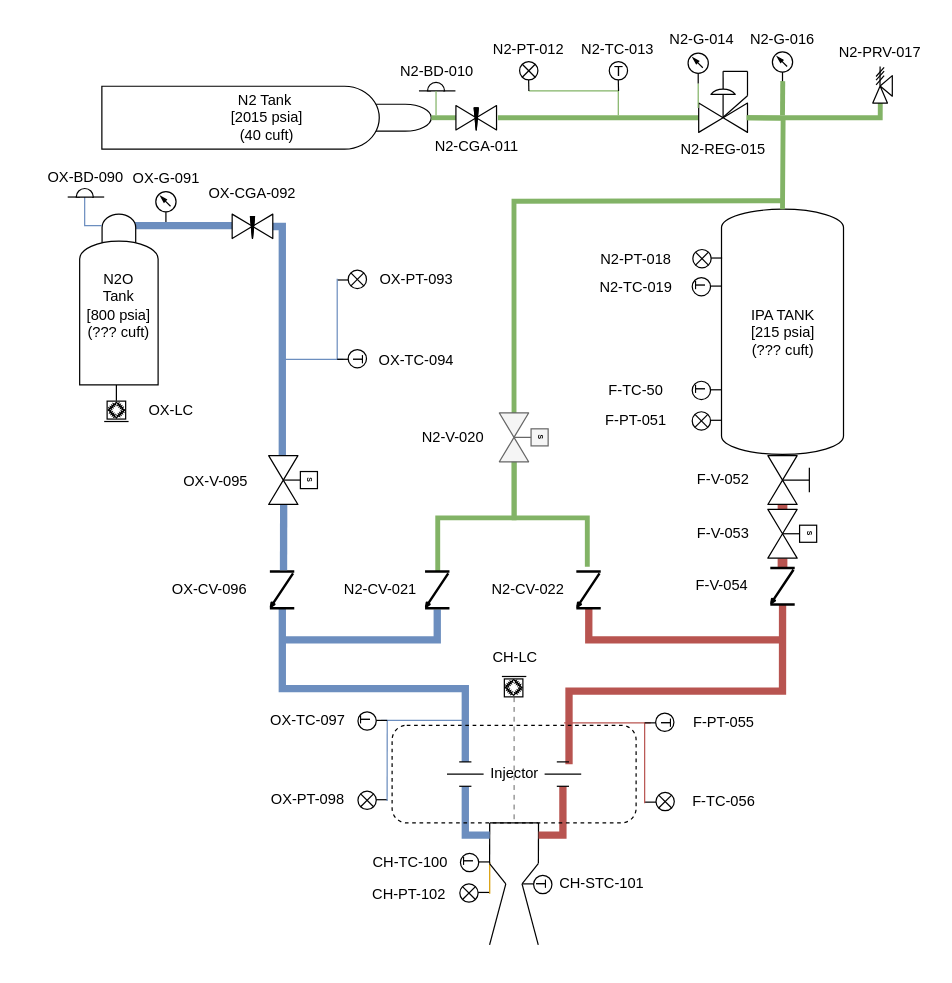
This is projects/liquid/diagrams/GasThrusterP&ID.drawio from ControlSoup/Thrusty, a draw.io file, before an edit. Source tidied: cells renumbered, new cells numbered last; positions are measured from the earlier drawing's top-left corner, leaving out a move shared by most shapes. Both pictures are drawn from the tidied source at 122%, with x=0, y=0 at pixel (21, -48).
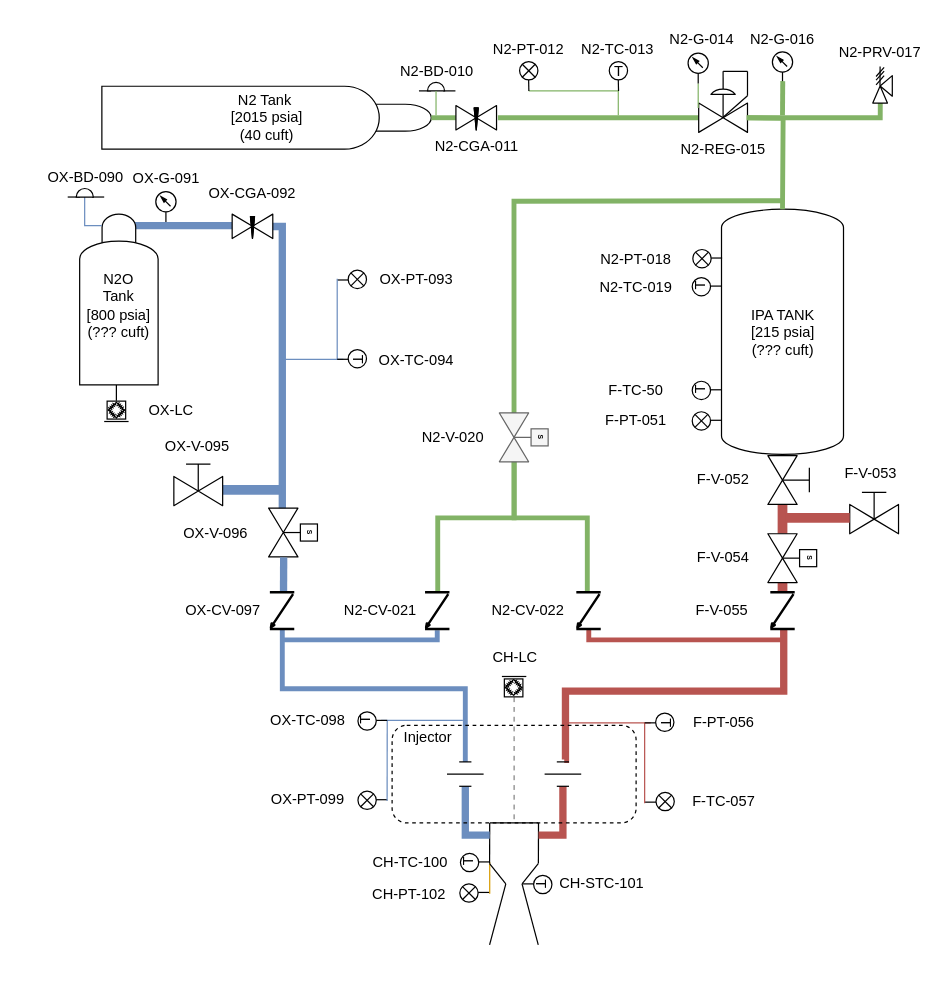
After the change.

Unchanged cells that the change refers to:
```xml
<mxCell id="89" style="verticalLabelPosition=bottom;align=center;html=1;verticalAlign=top;dashed=0;shape=mxgraph.pid2valves.valve;valveType=gate;actuator=man;rotation=90;points=[[0,0.7,0,0,0],[1,0.7,0,0,0]];" parent="1" vertex="1">
  <mxGeometry x="611.9" y="412" width="40" height="40" as="geometry" />
</mxCell>
<mxCell id="142" style="group;" parent="1" vertex="1">
  <mxGeometry x="67.9" y="354" width="20" height="30" as="geometry" />
</mxCell>
<mxCell id="143" style="group;strokeColor=default;" parent="142" vertex="1">
  <mxGeometry x="2.4" y="13.3" width="15.2" height="14.7" as="geometry" />
</mxCell>
```

The edit, as a diff of the source:
```diff
@@
-    <mxCell id="16" style="edgeStyle=none;rounded=1;html=1;strokeWidth=8;fontSize=2;endArrow=none;endFill=0;entryX=0;entryY=0.7;entryDx=0;entryDy=0;entryPerimeter=0;fillColor=#f8cecc;strokeColor=#b85450;startArrow=none;exitX=1;exitY=0.7;exitDx=0;exitDy=0;exitPerimeter=0;" parent="1" edge="1" source="89" target="163">
-      <mxGeometry relative="1" as="geometry" />
+    <mxCell id="16" style="edgeStyle=none;rounded=1;html=1;strokeWidth=8;fontSize=2;endArrow=none;endFill=0;entryX=0;entryY=0.7;entryDx=0;entryDy=0;entryPerimeter=0;fillColor=#f8cecc;strokeColor=#b85450;startArrow=none;exitX=1;exitY=0.7;exitDx=0;exitDy=0;exitPerimeter=0;" parent="1" edge="1" target="163">
+      <mxGeometry relative="1" as="geometry">
+        <mxPoint x="623.9" y="451" as="sourcePoint" />
+      </mxGeometry>
     </mxCell>
@@
-    <mxCell id="23" value="OX-V-095" style="text;strokeColor=none;align=center;fillColor=none;html=1;verticalAlign=middle;whiteSpace=wrap;rounded=0;" parent="1" vertex="1">
-      <mxGeometry x="110.7" y="418" width="97.2" height="30" as="geometry" />
+    <mxCell id="23" value="OX-V-096" style="text;strokeColor=none;align=center;fillColor=none;html=1;verticalAlign=middle;whiteSpace=wrap;rounded=0;" parent="1" vertex="1">
+      <mxGeometry x="110.7" y="461" width="97.2" height="30" as="geometry" />
     </mxCell>
@@
-    <mxCell id="45" style="edgeStyle=orthogonalEdgeStyle;rounded=0;orthogonalLoop=1;jettySize=auto;html=1;fillColor=#dae8fc;strokeColor=#6c8ebf;endArrow=none;endFill=0;strokeWidth=6;" parent="1" edge="1">
+    <mxCell id="45" style="edgeStyle=orthogonalEdgeStyle;rounded=0;orthogonalLoop=1;jettySize=auto;html=1;fillColor=#dae8fc;strokeColor=#6c8ebf;endArrow=none;endFill=0;strokeWidth=4;" parent="1" edge="1">
       <mxGeometry relative="1" as="geometry">
-        <mxPoint x="213.9" y="537" as="sourcePoint" />
+        <mxPoint x="213.9" y="554" as="sourcePoint" />
         <mxPoint x="363.9" y="663" as="targetPoint" />
         <Array as="points">
           <mxPoint x="213.9" y="603" />
           <mxPoint x="363.9" y="603" />
         </Array>
       </mxGeometry>
     </mxCell>
@@
-    <mxCell id="52" style="edgeStyle=orthogonalEdgeStyle;rounded=0;jettySize=auto;html=1;fillColor=#f8cecc;strokeColor=#b85450;endArrow=none;endFill=0;strokeWidth=6;entryX=0.997;entryY=0.498;entryDx=0;entryDy=0;entryPerimeter=0;" parent="1" edge="1" target="162">
+    <mxCell id="52" style="edgeStyle=orthogonalEdgeStyle;rounded=0;orthogonalLoop=1;jettySize=auto;html=1;fillColor=#f8cecc;strokeColor=#b85450;endArrow=none;endFill=0;strokeWidth=6;entryX=0.997;entryY=0.498;entryDx=0;entryDy=0;entryPerimeter=0;" parent="1" edge="1">
       <mxGeometry relative="1" as="geometry">
-        <mxPoint x="448.9" y="665" as="sourcePoint" />
+        <mxPoint x="445" y="661" as="sourcePoint" />
+        <mxPoint x="624.9" y="553.9" as="targetPoint" />
         <Array as="points">
-          <mxPoint x="448.9" y="605" />
-          <mxPoint x="623.9" y="605" />
+          <mxPoint x="446" y="661" />
+          <mxPoint x="446" y="605" />
+          <mxPoint x="625" y="605" />
         </Array>
       </mxGeometry>
     </mxCell>
@@
-    <mxCell id="58" style="edgeStyle=elbowEdgeStyle;rounded=0;orthogonalLoop=1;jettySize=auto;html=1;fillColor=#dae8fc;strokeColor=#6c8ebf;endArrow=none;endFill=0;strokeWidth=6;exitX=1;exitY=0.7;exitDx=0;exitDy=0;exitPerimeter=0;" parent="1" edge="1">
+    <mxCell id="58" style="edgeStyle=elbowEdgeStyle;rounded=0;orthogonalLoop=1;jettySize=auto;html=1;fillColor=#dae8fc;strokeColor=#6c8ebf;endArrow=none;endFill=0;strokeWidth=4;exitX=1;exitY=0.7;exitDx=0;exitDy=0;exitPerimeter=0;" parent="1" edge="1">
       <mxGeometry relative="1" as="geometry">
-        <mxPoint x="340.9" y="538" as="sourcePoint" />
+        <mxPoint x="340.9" y="555" as="sourcePoint" />
         <mxPoint x="213.9" y="563" as="targetPoint" />
         <Array as="points">
           <mxPoint x="340.9" y="543" />
         </Array>
       </mxGeometry>
     </mxCell>
-    <mxCell id="59" style="edgeStyle=orthogonalEdgeStyle;rounded=0;jettySize=auto;html=1;fillColor=#f8cecc;strokeColor=#b85450;endArrow=none;endFill=0;strokeWidth=6;exitX=1.013;exitY=0.489;exitDx=0;exitDy=0;exitPerimeter=0;" parent="1" edge="1" source="94">
+    <mxCell id="59" style="edgeStyle=orthogonalEdgeStyle;rounded=0;jettySize=auto;html=1;fillColor=#f8cecc;strokeColor=#b85450;endArrow=none;endFill=0;strokeWidth=4;exitX=1.013;exitY=0.489;exitDx=0;exitDy=0;exitPerimeter=0;" parent="1" edge="1" source="94">
       <mxGeometry relative="1" as="geometry">
         <mxPoint x="623.9" y="563" as="targetPoint" />
         <Array as="points">
           <mxPoint x="464.9" y="563" />
         </Array>
       </mxGeometry>
     </mxCell>
     <mxCell id="60" style="edgeStyle=orthogonalEdgeStyle;rounded=0;orthogonalLoop=1;jettySize=auto;html=1;endArrow=none;endFill=0;fillColor=#d5e8d4;strokeColor=#82b366;strokeWidth=4;entryX=-0.049;entryY=0.53;entryDx=0;entryDy=0;entryPerimeter=0;" parent="1" edge="1">
       <mxGeometry relative="1" as="geometry">
         <mxPoint x="403.9" y="413" as="sourcePoint" />
-        <mxPoint x="341.3" y="506.5" as="targetPoint" />
+        <mxPoint x="341.3" y="523" as="targetPoint" />
         <Array as="points">
           <mxPoint x="403.9" y="418" />
           <mxPoint x="403.9" y="463" />
           <mxPoint x="340.9" y="463" />
         </Array>
       </mxGeometry>
     </mxCell>
     <mxCell id="61" style="edgeStyle=orthogonalEdgeStyle;rounded=0;orthogonalLoop=1;jettySize=auto;html=1;endArrow=none;endFill=0;fillColor=#d5e8d4;strokeColor=#82b366;strokeWidth=4;" parent="1" edge="1">
       <mxGeometry relative="1" as="geometry">
         <mxPoint x="403.9" y="413" as="sourcePoint" />
-        <mxPoint x="463.9" y="503" as="targetPoint" />
+        <mxPoint x="463.9" y="523" as="targetPoint" />
         <Array as="points">
           <mxPoint x="403.9" y="423" />
           <mxPoint x="403.9" y="463" />
           <mxPoint x="463.9" y="463" />
         </Array>
       </mxGeometry>
     </mxCell>
@@
-    <mxCell id="88" value="F-V-053" style="text;strokeColor=none;align=center;fillColor=none;html=1;verticalAlign=middle;whiteSpace=wrap;rounded=0;" parent="1" vertex="1">
-      <mxGeometry x="526.9" y="461" width="97.2" height="30" as="geometry" />
+    <mxCell id="88" value="F-V-054" style="text;strokeColor=none;align=center;fillColor=none;html=1;verticalAlign=middle;whiteSpace=wrap;rounded=0;" parent="1" vertex="1">
+      <mxGeometry x="526.9" y="481" width="97.2" height="30" as="geometry" />
     </mxCell>
@@
     <mxCell id="92" style="verticalLabelPosition=bottom;align=center;html=1;verticalAlign=top;dashed=0;shape=mxgraph.pid2valves.valve;valveType=gate;actuator=solenoid;fontSize=2;rotation=90;points=[[0.3,0,0,0,0],[0.3,1,0,0,0]];" parent="1" vertex="1">
-      <mxGeometry x="202.7" y="412" width="40" height="40" as="geometry" />
+      <mxGeometry x="202.7" y="455" width="40" height="40" as="geometry" />
     </mxCell>
     <mxCell id="93" style="verticalLabelPosition=bottom;align=center;html=1;verticalAlign=top;dashed=0;shape=mxgraph.pid2valves.valve;valveType=check;rounded=1;strokeWidth=2;fontSize=2;fillColor=none;gradientColor=default;rotation=90;" parent="1" vertex="1">
-      <mxGeometry x="325.9" y="512" width="30" height="20" as="geometry" />
+      <mxGeometry x="325.9" y="529" width="30" height="20" as="geometry" />
     </mxCell>
     <mxCell id="94" style="verticalLabelPosition=bottom;align=center;html=1;verticalAlign=top;dashed=0;shape=mxgraph.pid2valves.valve;valveType=check;rounded=1;strokeWidth=2;fontSize=2;fillColor=none;gradientColor=default;rotation=90;" parent="1" vertex="1">
-      <mxGeometry x="449.9" y="512" width="30" height="20" as="geometry" />
+      <mxGeometry x="449.9" y="529" width="30" height="20" as="geometry" />
     </mxCell>
@@
-    <mxCell id="115" value="&lt;span style=&quot;&quot;&gt;OX-PT-098&lt;/span&gt;" style="text;strokeColor=none;align=center;fillColor=none;html=1;verticalAlign=middle;whiteSpace=wrap;rounded=0;rotation=0;" parent="1" vertex="1">
+    <mxCell id="115" value="&lt;span style=&quot;&quot;&gt;OX-PT-099&lt;/span&gt;" style="text;strokeColor=none;align=center;fillColor=none;html=1;verticalAlign=middle;whiteSpace=wrap;rounded=0;rotation=0;" parent="1" vertex="1">
       <mxGeometry x="184.9" y="679" width="100" height="30" as="geometry" />
     </mxCell>
-    <mxCell id="116" value="&lt;span style=&quot;&quot;&gt;OX-TC-097&lt;/span&gt;" style="text;strokeColor=none;align=center;fillColor=none;html=1;verticalAlign=middle;whiteSpace=wrap;rounded=0;rotation=0;" parent="1" vertex="1">
+    <mxCell id="116" value="&lt;span style=&quot;&quot;&gt;OX-TC-098&lt;/span&gt;" style="text;strokeColor=none;align=center;fillColor=none;html=1;verticalAlign=middle;whiteSpace=wrap;rounded=0;rotation=0;" parent="1" vertex="1">
       <mxGeometry x="184.9" y="613.5" width="100" height="30" as="geometry" />
     </mxCell>
@@
-    <mxCell id="129" value="&lt;span style=&quot;&quot;&gt;F-PT-055&lt;/span&gt;" style="text;strokeColor=none;align=center;fillColor=none;html=1;verticalAlign=middle;whiteSpace=wrap;rounded=0;rotation=0;" parent="1" vertex="1">
+    <mxCell id="129" value="&lt;span style=&quot;&quot;&gt;F-PT-056&lt;/span&gt;" style="text;strokeColor=none;align=center;fillColor=none;html=1;verticalAlign=middle;whiteSpace=wrap;rounded=0;rotation=0;" parent="1" vertex="1">
       <mxGeometry x="525.9" y="616" width="100" height="30" as="geometry" />
     </mxCell>
-    <mxCell id="130" value="&lt;span style=&quot;&quot;&gt;F-TC-056&lt;/span&gt;" style="text;strokeColor=none;align=center;fillColor=none;html=1;verticalAlign=middle;whiteSpace=wrap;rounded=0;rotation=0;" parent="1" vertex="1">
+    <mxCell id="130" value="&lt;span style=&quot;&quot;&gt;F-TC-057&lt;/span&gt;" style="text;strokeColor=none;align=center;fillColor=none;html=1;verticalAlign=middle;whiteSpace=wrap;rounded=0;rotation=0;" parent="1" vertex="1">
       <mxGeometry x="525.9" y="680.5" width="100" height="30" as="geometry" />
     </mxCell>
@@
-    <mxCell id="144" style="verticalLabelPosition=bottom;shadow=0;dashed=0;align=center;html=1;verticalAlign=top;shape=mxgraph.electrical.resistors.resistor_2;rotation=45;" parent="143" vertex="1">
+    <mxCell id="144" style="verticalLabelPosition=bottom;shadow=0;dashed=0;align=center;html=1;verticalAlign=top;shape=mxgraph.electrical.resistors.resistor_2;rotation=45;strokeColor=default;" parent="143" vertex="1">
       <mxGeometry x="5.8" y="3.3" width="10.2" height="2" as="geometry" />
     </mxCell>
-    <mxCell id="145" style="verticalLabelPosition=bottom;shadow=0;dashed=0;align=center;html=1;verticalAlign=top;shape=mxgraph.electrical.resistors.resistor_2;rotation=-225;" parent="143" vertex="1">
+    <mxCell id="145" style="verticalLabelPosition=bottom;shadow=0;dashed=0;align=center;html=1;verticalAlign=top;shape=mxgraph.electrical.resistors.resistor_2;rotation=-225;strokeColor=default;" parent="143" vertex="1">
       <mxGeometry x="5.8" y="9.4" width="10.2" height="2" as="geometry" />
     </mxCell>
-    <mxCell id="146" style="verticalLabelPosition=bottom;shadow=0;dashed=0;align=center;html=1;verticalAlign=top;shape=mxgraph.electrical.resistors.resistor_2;rotation=-135;" parent="143" vertex="1">
+    <mxCell id="146" style="verticalLabelPosition=bottom;shadow=0;dashed=0;align=center;html=1;verticalAlign=top;shape=mxgraph.electrical.resistors.resistor_2;rotation=-135;strokeColor=default;" parent="143" vertex="1">
       <mxGeometry x="-0.8" y="9.4" width="10.2" height="2" as="geometry" />
     </mxCell>
-    <mxCell id="147" style="verticalLabelPosition=bottom;shadow=0;dashed=0;align=center;html=1;verticalAlign=top;shape=mxgraph.electrical.resistors.resistor_2;rotation=-45;" parent="143" vertex="1">
+    <mxCell id="147" style="verticalLabelPosition=bottom;shadow=0;dashed=0;align=center;html=1;verticalAlign=top;shape=mxgraph.electrical.resistors.resistor_2;rotation=-45;strokeColor=default;" parent="143" vertex="1">
       <mxGeometry x="-0.8" y="3.3" width="10.2" height="2" as="geometry" />
     </mxCell>
@@
-    <mxCell id="149" style="endArrow=none;html=1;" parent="142" edge="1">
+    <mxCell id="149" style="endArrow=none;html=1;strokeColor=default;" parent="142" edge="1">
       <mxGeometry relative="1" as="geometry">
         <mxPoint x="20" y="30" as="sourcePoint" />
         <mxPoint y="30" as="targetPoint" />
       </mxGeometry>
     </mxCell>
@@
     <mxCell id="159" value="Injector" style="text;strokeColor=none;align=center;fillColor=none;html=1;verticalAlign=middle;whiteSpace=wrap;rounded=0;" parent="1" vertex="1">
-      <mxGeometry x="355.7" y="658" width="97.2" height="30" as="geometry" />
+      <mxGeometry x="284.9" y="628" width="97.2" height="30" as="geometry" />
     </mxCell>
-    <mxCell id="160" style="verticalLabelPosition=bottom;align=center;html=1;verticalAlign=top;dashed=0;shape=mxgraph.pid2valves.valve;valveType=check;rounded=1;strokeWidth=2;fontSize=2;fillColor=none;gradientColor=default;rotation=90;" parent="1" vertex="1">
-      <mxGeometry x="198.7" y="512" width="30" height="20" as="geometry" />
+    <mxCell id="160" style="verticalLabelPosition=bottom;align=center;html=1;verticalAlign=top;dashed=0;shape=mxgraph.pid2valves.valve;valveType=check;rounded=1;strokeWidth=2;fontSize=2;fillColor=#18141D;gradientColor=default;rotation=90;" parent="1" vertex="1">
+      <mxGeometry x="198.7" y="529" width="30" height="20" as="geometry" />
     </mxCell>
     <mxCell id="161" style="edgeStyle=none;rounded=1;html=1;strokeWidth=8;fontSize=2;endArrow=none;endFill=0;entryX=0;entryY=0.7;entryDx=0;entryDy=0;entryPerimeter=0;fillColor=#f8cecc;strokeColor=#b85450;startArrow=none;exitX=1;exitY=0.7;exitDx=0;exitDy=0;exitPerimeter=0;" parent="1" edge="1">
       <mxGeometry relative="1" as="geometry">
-        <mxPoint x="623.9" y="496" as="sourcePoint" />
-        <mxPoint x="623.9" y="504" as="targetPoint" />
+        <mxPoint x="623.9" y="516" as="sourcePoint" />
+        <mxPoint x="623.9" y="524" as="targetPoint" />
       </mxGeometry>
     </mxCell>
     <mxCell id="162" style="verticalLabelPosition=bottom;align=center;html=1;verticalAlign=top;dashed=0;shape=mxgraph.pid2valves.valve;valveType=check;rounded=1;strokeWidth=2;fontSize=2;fillColor=none;gradientColor=default;rotation=90;" parent="1" vertex="1">
-      <mxGeometry x="608.9" y="509" width="30" height="20" as="geometry" />
+      <mxGeometry x="608.9" y="529" width="30" height="20" as="geometry" />
     </mxCell>
     <mxCell id="163" style="verticalLabelPosition=bottom;align=center;html=1;verticalAlign=top;dashed=0;shape=mxgraph.pid2valves.valve;valveType=gate;actuator=solenoid;fontSize=2;rotation=90;points=[[0,0.7,0,0,0],[1,0.7,0,60,0]];" parent="1" vertex="1">
-      <mxGeometry x="611.9" y="456" width="40" height="40" as="geometry" />
+      <mxGeometry x="611.9" y="476" width="40" height="40" as="geometry" />
     </mxCell>
     <mxCell id="164" style="rounded=0;jettySize=auto;html=1;fillColor=#dae8fc;strokeColor=#6c8ebf;endArrow=none;endFill=0;strokeWidth=6;exitX=1.009;exitY=0.692;exitDx=0;exitDy=0;exitPerimeter=0;" parent="1" edge="1" source="92">
       <mxGeometry relative="1" as="geometry">
-        <mxPoint x="214.9" y="506" as="targetPoint" />
+        <mxPoint x="214.9" y="523" as="targetPoint" />
       </mxGeometry>
     </mxCell>
@@
-    <mxCell id="191" value="OX-CV-096" style="text;strokeColor=none;align=center;fillColor=none;html=1;verticalAlign=middle;whiteSpace=wrap;rounded=0;" parent="1" vertex="1">
-      <mxGeometry x="105.5" y="507" width="97.2" height="30" as="geometry" />
-    </mxCell>
@@
-    <mxCell id="197" value="F-V-054" style="text;strokeColor=none;align=center;fillColor=none;html=1;verticalAlign=middle;whiteSpace=wrap;rounded=0;" parent="1" vertex="1">
-      <mxGeometry x="525.9" y="504" width="97.2" height="30" as="geometry" />
+    <mxCell id="197" value="F-V-055" style="text;strokeColor=none;align=center;fillColor=none;html=1;verticalAlign=middle;whiteSpace=wrap;rounded=0;" parent="1" vertex="1">
+      <mxGeometry x="525.9" y="524" width="97.2" height="30" as="geometry" />
     </mxCell>
     <mxCell id="198" value="N2-CV-021" style="text;strokeColor=none;align=center;fillColor=none;html=1;verticalAlign=middle;whiteSpace=wrap;rounded=0;" parent="1" vertex="1">
-      <mxGeometry x="245.7" y="507" width="97.2" height="30" as="geometry" />
+      <mxGeometry x="245.7" y="524" width="97.2" height="30" as="geometry" />
     </mxCell>
     <mxCell id="199" value="N2-CV-022" style="text;strokeColor=none;align=center;fillColor=none;html=1;verticalAlign=middle;whiteSpace=wrap;rounded=0;" parent="1" vertex="1">
-      <mxGeometry x="367.3" y="507" width="97.2" height="30" as="geometry" />
+      <mxGeometry x="367.3" y="524" width="97.2" height="30" as="geometry" />
     </mxCell>
@@
+    <mxCell id="209" style="verticalLabelPosition=bottom;align=center;html=1;verticalAlign=top;dashed=0;shape=mxgraph.pid2valves.valve;valveType=gate;actuator=man;rotation=0;" parent="1" vertex="1">
+      <mxGeometry x="679" y="436" width="40" height="40" as="geometry" />
+    </mxCell>
+    <mxCell id="210" style="edgeStyle=none;rounded=1;html=1;strokeWidth=8;fontSize=2;endArrow=none;endFill=0;fillColor=#f8cecc;strokeColor=#b85450;startArrow=none;" parent="1" edge="1">
+      <mxGeometry relative="1" as="geometry">
+        <mxPoint x="679" y="463" as="sourcePoint" />
+        <mxPoint x="626" y="463" as="targetPoint" />
+      </mxGeometry>
+    </mxCell>
+    <mxCell id="211" value="F-V-053" style="text;strokeColor=none;align=center;fillColor=none;html=1;verticalAlign=middle;whiteSpace=wrap;rounded=0;" parent="1" vertex="1">
+      <mxGeometry x="648.2" y="412" width="97.2" height="30" as="geometry" />
+    </mxCell>
+    <mxCell id="212" style="edgeStyle=none;rounded=1;html=1;strokeWidth=8;fontSize=2;endArrow=none;endFill=0;fillColor=#dae8fc;strokeColor=#6c8ebf;startArrow=none;" parent="1" edge="1">
+      <mxGeometry relative="1" as="geometry">
+        <mxPoint x="213" y="440" as="sourcePoint" />
+        <mxPoint x="165" y="440" as="targetPoint" />
+      </mxGeometry>
+    </mxCell>
+    <mxCell id="213" value="OX-V-095" style="text;strokeColor=none;align=center;fillColor=none;html=1;verticalAlign=middle;whiteSpace=wrap;rounded=0;" parent="1" vertex="1">
+      <mxGeometry x="96.4" y="390" width="97.2" height="30" as="geometry" />
+    </mxCell>
+    <mxCell id="214" style="verticalLabelPosition=bottom;align=center;html=1;verticalAlign=top;dashed=0;shape=mxgraph.pid2valves.valve;valveType=gate;actuator=man;rotation=0;" parent="1" vertex="1">
+      <mxGeometry x="125" y="413" width="40" height="40" as="geometry" />
+    </mxCell>
+    <mxCell id="215" value="OX-CV-097" style="text;strokeColor=none;align=center;fillColor=none;html=1;verticalAlign=middle;whiteSpace=wrap;rounded=0;" parent="1" vertex="1">
+      <mxGeometry x="116.7" y="524" width="97.2" height="30" as="geometry" />
+    </mxCell>
```
